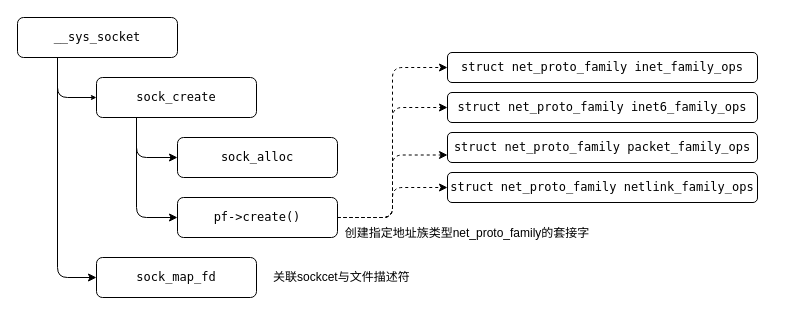
Earlier version of the draw.io diagram page "第 4 页" (5 of 5) of Netlink.drawio (Aspiresky/draw.io). Source tidied: cells renumbered, new cells numbered last; positions are measured from the earlier drawing's top-left corner, leaving out a move shared by most shapes. Both pictures are drawn from the tidied source at 100%, with x=0, y=0 at pixel (17, 17).
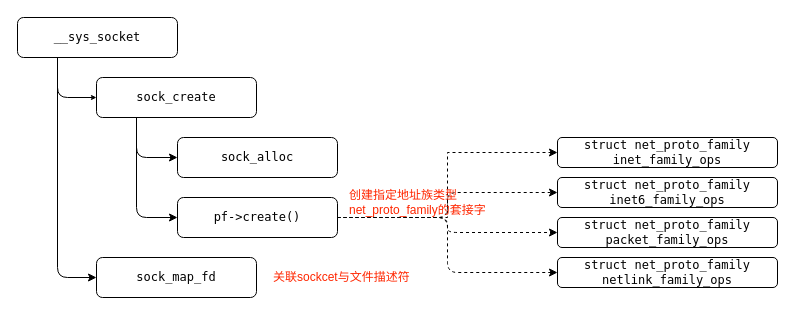
Above is the later version.

The change refers to these unchanged cells:
```xml
<mxCell id="14" value="pf-&amp;gt;create()" style="rounded=1;whiteSpace=wrap;html=1;fontFamily=Lucida Console;" parent="1" vertex="1">
  <mxGeometry x="160" y="180" width="160" height="40" as="geometry" />
</mxCell>
```

Change to the diagram source:
```diff
@@
-    <mxCell id="10" style="edgeStyle=orthogonalEdgeStyle;rounded=1;jettySize=auto;html=1;exitX=1;exitY=0.5;exitDx=0;exitDy=0;entryX=0;entryY=0.5;entryDx=0;entryDy=0;curved=0;dashed=1;" parent="1" edge="1" source="14" target="17">
-      <mxGeometry relative="1" as="geometry" />
-    </mxCell>
@@
-    <mxCell id="12" style="edgeStyle=orthogonalEdgeStyle;rounded=1;jettySize=auto;html=1;exitX=1;exitY=0.5;exitDx=0;exitDy=0;entryX=0;entryY=0.75;entryDx=0;entryDy=0;curved=0;dashed=1;" parent="1" edge="1" source="14" target="18">
+    <mxCell id="12" style="edgeStyle=orthogonalEdgeStyle;rounded=1;jettySize=auto;html=1;exitX=1;exitY=0.5;exitDx=0;exitDy=0;entryX=0;entryY=0.5;entryDx=0;entryDy=0;curved=0;dashed=1;" parent="1" edge="1" source="14" target="18">
       <mxGeometry relative="1" as="geometry" />
     </mxCell>
@@
+    <mxCell id="10" style="edgeStyle=orthogonalEdgeStyle;rounded=0;jettySize=auto;html=1;exitX=1;exitY=0.5;exitDx=0;exitDy=0;entryX=0;entryY=0.5;entryDx=0;entryDy=0;dashed=1;" parent="1" edge="1" source="14" target="17">
+      <mxGeometry relative="1" as="geometry" />
+    </mxCell>
@@
-    <mxCell id="15" value="关联sockcet与文件描述符" style="text;html=1;strokeColor=none;fillColor=none;align=left;verticalAlign=middle;whiteSpace=wrap;rounded=0;" parent="1" vertex="1">
+    <mxCell id="15" value="关联sockcet与文件描述符" style="text;html=1;strokeColor=none;fillColor=none;align=left;verticalAlign=middle;whiteSpace=wrap;rounded=0;fontColor=#ff2600;" parent="1" vertex="1">
       <mxGeometry x="254" y="245" width="160" height="30" as="geometry" />
     </mxCell>
-    <mxCell id="16" value="创建指定地址族类型net_proto_family的套接字" style="text;html=1;strokeColor=none;fillColor=none;align=center;verticalAlign=middle;whiteSpace=wrap;rounded=0;" parent="1" vertex="1">
-      <mxGeometry x="320" y="201" width="260" height="30" as="geometry" />
-    </mxCell>
     <mxCell id="17" value="struct net_proto_family inet_family_ops" style="rounded=1;whiteSpace=wrap;html=1;fontFamily=Lucida Console;" parent="1" vertex="1">
-      <mxGeometry x="430" y="35" width="310" height="30" as="geometry" />
+      <mxGeometry x="540" y="120" width="220" height="30" as="geometry" />
     </mxCell>
     <mxCell id="18" value="struct net_proto_family packet_family_ops" style="rounded=1;whiteSpace=wrap;html=1;fontFamily=Lucida Console;" parent="1" vertex="1">
-      <mxGeometry x="430" y="115" width="310" height="30" as="geometry" />
+      <mxGeometry x="540" y="200" width="220" height="30" as="geometry" />
     </mxCell>
     <mxCell id="19" value="struct net_proto_family inet6_family_ops" style="rounded=1;whiteSpace=wrap;html=1;fontFamily=Lucida Console;" parent="1" vertex="1">
-      <mxGeometry x="430" y="75" width="310" height="30" as="geometry" />
+      <mxGeometry x="540" y="160" width="220" height="30" as="geometry" />
     </mxCell>
     <mxCell id="20" value="struct net_proto_family netlink_family_ops" style="rounded=1;whiteSpace=wrap;html=1;fontFamily=Lucida Console;" parent="1" vertex="1">
-      <mxGeometry x="430" y="155" width="310" height="30" as="geometry" />
+      <mxGeometry x="540" y="240" width="220" height="30" as="geometry" />
     </mxCell>
+    <mxCell id="16" value="创建指定地址族类型net_proto_family的套接字" style="text;html=1;strokeColor=none;fillColor=none;align=left;verticalAlign=middle;whiteSpace=wrap;rounded=0;fontColor=#ff2600;" parent="1" vertex="1">
+      <mxGeometry x="330" y="170" width="160" height="30" as="geometry" />
+    </mxCell>
```
